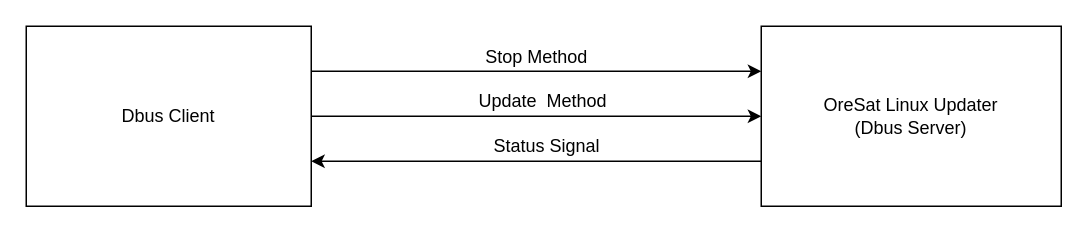
Earlier version of the draw.io diagram updater/oresat_side/LinuxUpdaterDbusInterface.drawio (oresat/oresat-linux). Source tidied: cells renumbered, new cells numbered last; positions are measured from the earlier drawing's top-left corner, leaving out a move shared by most shapes. Both pictures are drawn from the tidied source at 150%, with x=0, y=0 at pixel (26, 26).
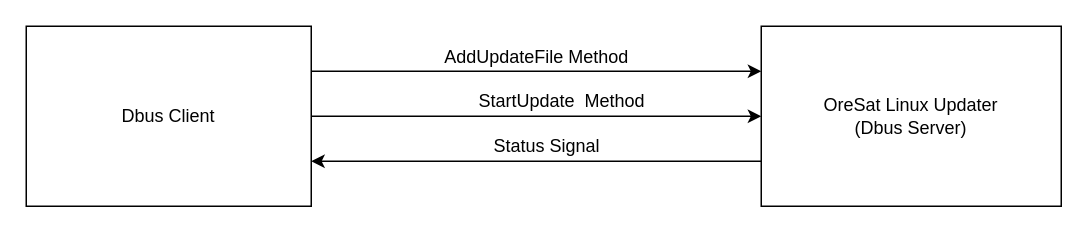
The same page after the edit.

Commit message (it also covers changes not shown here):
remade updater deamon and dbus interface

The edit, as a diff of the source:
```diff
@@
 <mxGraphModel>
   <root>
     <mxCell id="0" />
     <mxCell id="1" parent="0" />
     <mxCell id="2" value="Dbus Client" style="rounded=0;whiteSpace=wrap;html=1;" parent="1" vertex="1">
       <mxGeometry width="190" height="120" as="geometry" />
     </mxCell>
     <mxCell id="3" value="OreSat Linux Updater&lt;br&gt;(Dbus Server)" style="rounded=0;whiteSpace=wrap;html=1;" parent="1" vertex="1">
       <mxGeometry x="490" width="200" height="120" as="geometry" />
     </mxCell>
     <mxCell id="4" style="endArrow=classic;html=1;exitX=1;exitY=0.25;exitDx=0;exitDy=0;entryX=0;entryY=0.25;entryDx=0;entryDy=0;" parent="1" edge="1" source="2" target="3">
       <mxGeometry relative="1" as="geometry" />
     </mxCell>
-    <mxCell id="5" value="Stop Method" style="text;html=1;align=center;verticalAlign=middle;labelBackgroundColor=#ffffff;" parent="4" vertex="1">
+    <mxCell id="5" value="AddUpdateFile Method" style="text;html=1;align=center;verticalAlign=middle;labelBackgroundColor=#ffffff;" parent="4" vertex="1">
       <mxGeometry x="0.18" y="1" relative="1" as="geometry">
         <mxPoint x="-27.5" y="-9" as="offset" />
       </mxGeometry>
     </mxCell>
     <mxCell id="6" style="endArrow=classic;html=1;exitX=1;exitY=0.5;exitDx=0;exitDy=0;" parent="1" edge="1" source="2" target="3">
       <mxGeometry relative="1" as="geometry" />
     </mxCell>
     <mxCell id="7" style="endArrow=classic;html=1;exitX=0;exitY=0.75;exitDx=0;exitDy=0;entryX=1;entryY=0.75;entryDx=0;entryDy=0;" parent="1" edge="1" source="3" target="2">
       <mxGeometry relative="1" as="geometry" />
     </mxCell>
-    <mxCell id="8" value="Update&amp;nbsp; Method" style="text;html=1;align=left;verticalAlign=top;spacingTop=-4;" parent="1" vertex="1">
-      <mxGeometry x="300" y="40" width="110" height="20" as="geometry" />
+    <mxCell id="8" value="StartUpdate&amp;nbsp; Method" style="text;html=1;align=left;verticalAlign=top;spacingTop=-4;" parent="1" vertex="1">
+      <mxGeometry x="300" y="40" width="130" height="20" as="geometry" />
     </mxCell>
     <mxCell id="9" value="Status Signal" style="text;html=1;align=left;verticalAlign=top;spacingTop=-4;" parent="1" vertex="1">
       <mxGeometry x="310" y="70" width="90" height="20" as="geometry" />
     </mxCell>
   </root>
 </mxGraphModel>
```
